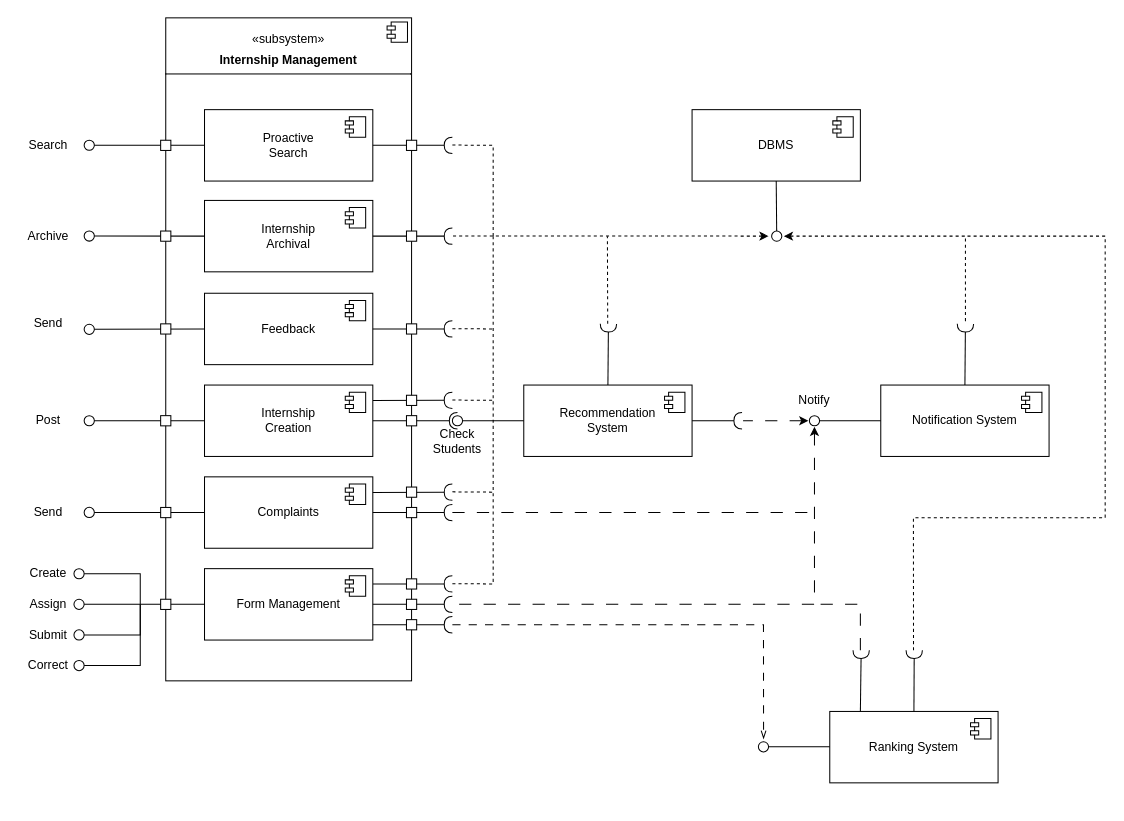
Zero3474/AlkhetiarBonardi keeps this draw.io diagram as DD/Misc/Component2.drawio. Above is the earlier version. Source tidied: cells renumbered, new cells numbered last; positions are measured from the earlier drawing's top-left corner, leaving out a move shared by most shapes. Both pictures are drawn from the tidied source at 102%, with x=0, y=0 at pixel (17, 17).
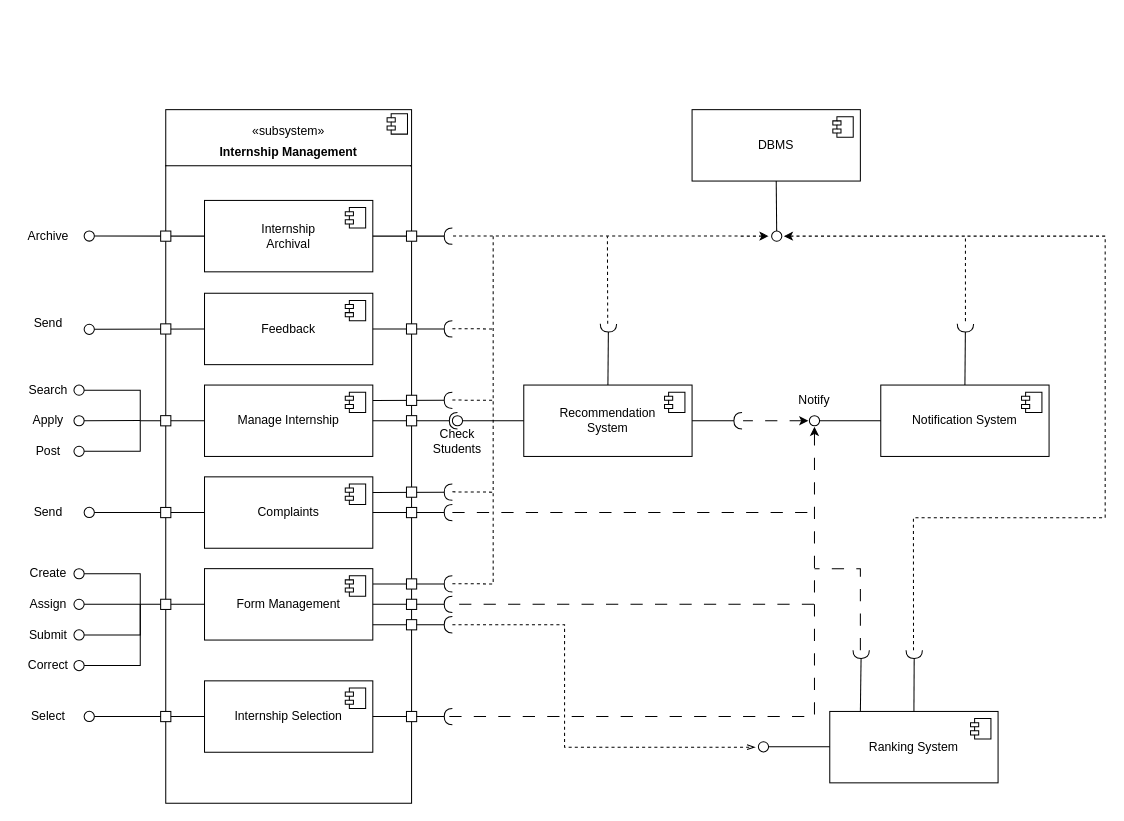
After the change.

The edit, as a diff of the source:
```diff
@@
     <mxCell id="2" value="&lt;div&gt;&lt;br&gt;&lt;/div&gt;&lt;div align=&quot;center&quot;&gt;«subsystem»&lt;/div&gt;&lt;p style=&quot;margin:0px;margin-top:6px;text-align:center;&quot;&gt;&lt;b&gt;Internship Management&lt;br&gt;&lt;/b&gt;&lt;/p&gt;&lt;hr size=&quot;1&quot; style=&quot;border-style:solid;&quot;&gt;&lt;p style=&quot;margin:0px;margin-left:8px;&quot;&gt;&lt;br&gt;&lt;/p&gt;" style="align=left;overflow=fill;html=1;whiteSpace=wrap;rounded=0;" parent="1" vertex="1">
-      <mxGeometry x="145" width="241" height="650" as="geometry" />
+      <mxGeometry x="145" y="90" width="241" height="680" as="geometry" />
     </mxCell>
@@
-    <mxCell id="4" value="&lt;div&gt;Internship&lt;/div&gt;&lt;div&gt;Creation&lt;/div&gt;" style="html=1;whiteSpace=wrap;rounded=0;" parent="1" vertex="1">
+    <mxCell id="4" value="Manage Internship" style="html=1;whiteSpace=wrap;rounded=0;" parent="1" vertex="1">
       <mxGeometry x="183" y="360" width="165" height="70" as="geometry" />
     </mxCell>
@@
-    <mxCell id="10" value="Post" style="text;html=1;align=center;verticalAlign=middle;whiteSpace=wrap;rounded=0;" parent="1" vertex="1">
-      <mxGeometry y="380" width="60" height="30" as="geometry" />
-    </mxCell>
@@
-    <mxCell id="27" value="&lt;div&gt;Proactive&lt;/div&gt;&lt;div&gt;Search&lt;br&gt;&lt;/div&gt;" style="html=1;whiteSpace=wrap;rounded=0;" parent="1" vertex="1">
-      <mxGeometry x="183" y="90" width="165" height="70" as="geometry" />
-    </mxCell>
-    <mxCell id="28" style="shape=module;jettyWidth=8;jettyHeight=4;rounded=0;" parent="27" vertex="1">
-      <mxGeometry x="1" width="20" height="20" relative="1" as="geometry">
-        <mxPoint x="-27" y="7" as="offset" />
-      </mxGeometry>
-    </mxCell>
-    <mxCell id="29" value="Search" style="text;html=1;align=center;verticalAlign=middle;whiteSpace=wrap;rounded=0;" parent="1" vertex="1">
-      <mxGeometry y="110" width="60" height="30" as="geometry" />
-    </mxCell>
-    <mxCell id="30" style="rounded=0;jettySize=auto;html=1;endArrow=oval;endFill=0;sourcePerimeterSpacing=0;targetPerimeterSpacing=0;endSize=10;exitX=0;exitY=0.5;exitDx=0;exitDy=0;" parent="1" edge="1" source="4">
-      <mxGeometry relative="1" as="geometry">
-        <mxPoint x="70" y="395" as="targetPoint" />
-      </mxGeometry>
-    </mxCell>
@@
-    <mxCell id="34" style="rounded=0;jettySize=auto;html=1;endArrow=oval;endFill=0;sourcePerimeterSpacing=0;targetPerimeterSpacing=0;endSize=10;exitX=0;exitY=0.5;exitDx=0;exitDy=0;" parent="1" edge="1" source="27">
-      <mxGeometry relative="1" as="geometry">
-        <mxPoint x="70" y="124.9" as="targetPoint" />
-      </mxGeometry>
-    </mxCell>
-    <mxCell id="35" style="whiteSpace=wrap;html=1;rounded=0;" parent="1" vertex="1">
-      <mxGeometry x="140" y="390" width="10" height="10" as="geometry" />
-    </mxCell>
@@
-    <mxCell id="39" style="whiteSpace=wrap;html=1;rounded=0;" parent="1" vertex="1">
-      <mxGeometry x="140" y="120" width="10" height="10" as="geometry" />
-    </mxCell>
@@
-    <mxCell id="67" style="rounded=0;jettySize=auto;html=1;endArrow=halfCircle;endFill=0;endSize=6;strokeWidth=1;fontSize=12;curved=1;exitX=1;exitY=0.5;exitDx=0;exitDy=0;" parent="1" edge="1" source="27">
-      <mxGeometry relative="1" as="geometry">
-        <mxPoint x="426" y="125" as="targetPoint" />
-      </mxGeometry>
-    </mxCell>
-    <mxCell id="68" style="whiteSpace=wrap;html=1;rounded=0;" parent="1" vertex="1">
-      <mxGeometry x="381" y="120" width="10" height="10" as="geometry" />
-    </mxCell>
@@
-    <mxCell id="77" style="endArrow=none;dashed=1;html=1;rounded=0;curved=0;" parent="1" edge="1">
-      <mxGeometry relative="1" as="geometry">
-        <mxPoint x="426" y="124.7" as="sourcePoint" />
-        <mxPoint x="466" y="214" as="targetPoint" />
-        <Array as="points">
-          <mxPoint x="466" y="125" />
-        </Array>
-      </mxGeometry>
-    </mxCell>
@@
-    <mxCell id="91" style="endArrow=openThin;html=1;rounded=0;curved=0;dashed=1;dashPattern=8 8;endFill=0;" parent="1" edge="1">
+    <mxCell id="91" style="endArrow=openThin;html=1;rounded=0;curved=0;dashed=1;endFill=0;" parent="1" edge="1">
       <mxGeometry relative="1" as="geometry">
         <mxPoint x="426" y="595" as="sourcePoint" />
-        <mxPoint x="731.1" y="707" as="targetPoint" />
+        <mxPoint x="723" y="715" as="targetPoint" />
         <Array as="points">
-          <mxPoint x="731" y="595" />
+          <mxPoint x="536" y="595" />
+          <mxPoint x="536" y="715" />
         </Array>
       </mxGeometry>
     </mxCell>
@@
     <mxCell id="95" style="endArrow=none;dashed=1;html=1;rounded=0;dashPattern=12 12;" parent="1" edge="1">
       <mxGeometry relative="1" as="geometry">
         <mxPoint x="826" y="620" as="sourcePoint" />
-        <mxPoint x="781" y="575" as="targetPoint" />
+        <mxPoint x="781" y="540" as="targetPoint" />
         <Array as="points">
-          <mxPoint x="826" y="575" />
+          <mxPoint x="826" y="540" />
         </Array>
       </mxGeometry>
     </mxCell>
+    <mxCell id="29" value="Search" style="text;html=1;align=center;verticalAlign=middle;whiteSpace=wrap;rounded=0;" parent="1" vertex="1">
+      <mxGeometry y="350" width="60" height="30" as="geometry" />
+    </mxCell>
+    <mxCell id="96" style="rounded=0;jettySize=auto;html=1;endArrow=oval;endFill=0;sourcePerimeterSpacing=0;targetPerimeterSpacing=0;endSize=10;strokeColor=default;flowAnimation=0;snapToPoint=0;anchorPointDirection=1;fixDash=0;noJump=0;jumpStyle=none;entryX=1;entryY=0.5;entryDx=0;entryDy=0;" parent="1" edge="1" target="29">
+      <mxGeometry relative="1" as="geometry">
+        <mxPoint x="120" y="395" as="sourcePoint" />
+        <Array as="points">
+          <mxPoint x="120" y="365" />
+        </Array>
+      </mxGeometry>
+    </mxCell>
+    <mxCell id="97" value="Apply" style="text;html=1;align=center;verticalAlign=middle;whiteSpace=wrap;rounded=0;" parent="1" vertex="1">
+      <mxGeometry y="380" width="60" height="30" as="geometry" />
+    </mxCell>
+    <mxCell id="98" style="rounded=0;jettySize=auto;html=1;endArrow=oval;endFill=0;sourcePerimeterSpacing=0;targetPerimeterSpacing=0;endSize=10;exitX=0;exitY=0.5;exitDx=0;exitDy=0;entryX=1;entryY=0.5;entryDx=0;entryDy=0;" parent="1" edge="1" target="97">
+      <mxGeometry relative="1" as="geometry">
+        <mxPoint x="120" y="394.8" as="sourcePoint" />
+      </mxGeometry>
+    </mxCell>
+    <mxCell id="99" style="endArrow=none;html=1;entryX=0;entryY=0.5;entryDx=0;entryDy=0;" parent="1" edge="1">
+      <mxGeometry relative="1" as="geometry">
+        <mxPoint x="120" y="395" as="sourcePoint" />
+        <mxPoint x="183" y="395" as="targetPoint" />
+      </mxGeometry>
+    </mxCell>
+    <mxCell id="35" style="whiteSpace=wrap;html=1;rounded=0;" parent="1" vertex="1">
+      <mxGeometry x="140" y="390" width="10" height="10" as="geometry" />
+    </mxCell>
+    <mxCell id="10" value="Post" style="text;html=1;align=center;verticalAlign=middle;whiteSpace=wrap;rounded=0;" parent="1" vertex="1">
+      <mxGeometry y="410" width="60" height="30" as="geometry" />
+    </mxCell>
+    <mxCell id="100" style="rounded=0;jettySize=auto;html=1;endArrow=oval;endFill=0;sourcePerimeterSpacing=0;targetPerimeterSpacing=0;endSize=10;entryX=1;entryY=0.5;entryDx=0;entryDy=0;" parent="1" edge="1" target="10">
+      <mxGeometry relative="1" as="geometry">
+        <mxPoint x="120" y="395" as="sourcePoint" />
+        <Array as="points">
+          <mxPoint x="120" y="425" />
+        </Array>
+      </mxGeometry>
+    </mxCell>
+    <mxCell id="101" value="Internship Selection" style="html=1;whiteSpace=wrap;rounded=0;" parent="1" vertex="1">
+      <mxGeometry x="183" y="650" width="165" height="70" as="geometry" />
+    </mxCell>
+    <mxCell id="102" style="shape=module;jettyWidth=8;jettyHeight=4;rounded=0;" parent="101" vertex="1">
+      <mxGeometry x="1" width="20" height="20" relative="1" as="geometry">
+        <mxPoint x="-27" y="7" as="offset" />
+      </mxGeometry>
+    </mxCell>
+    <mxCell id="103" value="Select" style="text;html=1;align=center;verticalAlign=middle;whiteSpace=wrap;rounded=0;" parent="1" vertex="1">
+      <mxGeometry y="670" width="60" height="30" as="geometry" />
+    </mxCell>
+    <mxCell id="104" style="rounded=0;jettySize=auto;html=1;endArrow=oval;endFill=0;sourcePerimeterSpacing=0;targetPerimeterSpacing=0;endSize=10;exitX=0;exitY=0.5;exitDx=0;exitDy=0;" parent="1" edge="1" source="101">
+      <mxGeometry relative="1" as="geometry">
+        <mxPoint x="70" y="684.9" as="targetPoint" />
+      </mxGeometry>
+    </mxCell>
+    <mxCell id="105" style="whiteSpace=wrap;html=1;rounded=0;" parent="1" vertex="1">
+      <mxGeometry x="140" y="680" width="10" height="10" as="geometry" />
+    </mxCell>
+    <mxCell id="106" style="rounded=0;jettySize=auto;html=1;endArrow=halfCircle;endFill=0;endSize=6;strokeWidth=1;fontSize=12;curved=1;exitX=1;exitY=0.5;exitDx=0;exitDy=0;" parent="1" edge="1" source="101">
+      <mxGeometry relative="1" as="geometry">
+        <mxPoint x="426" y="685" as="targetPoint" />
+      </mxGeometry>
+    </mxCell>
+    <mxCell id="107" style="whiteSpace=wrap;html=1;rounded=0;" parent="1" vertex="1">
+      <mxGeometry x="381" y="680" width="10" height="10" as="geometry" />
+    </mxCell>
+    <mxCell id="108" style="endArrow=none;dashed=1;html=1;strokeColor=default;startArrow=none;startFill=0;rounded=0;curved=0;dashPattern=12 12;strokeWidth=1;" parent="1" edge="1">
+      <mxGeometry relative="1" as="geometry">
+        <mxPoint x="781" y="575" as="sourcePoint" />
+        <mxPoint x="419" y="684.9" as="targetPoint" />
+        <Array as="points">
+          <mxPoint x="781" y="685" />
+        </Array>
+      </mxGeometry>
+    </mxCell>
```
